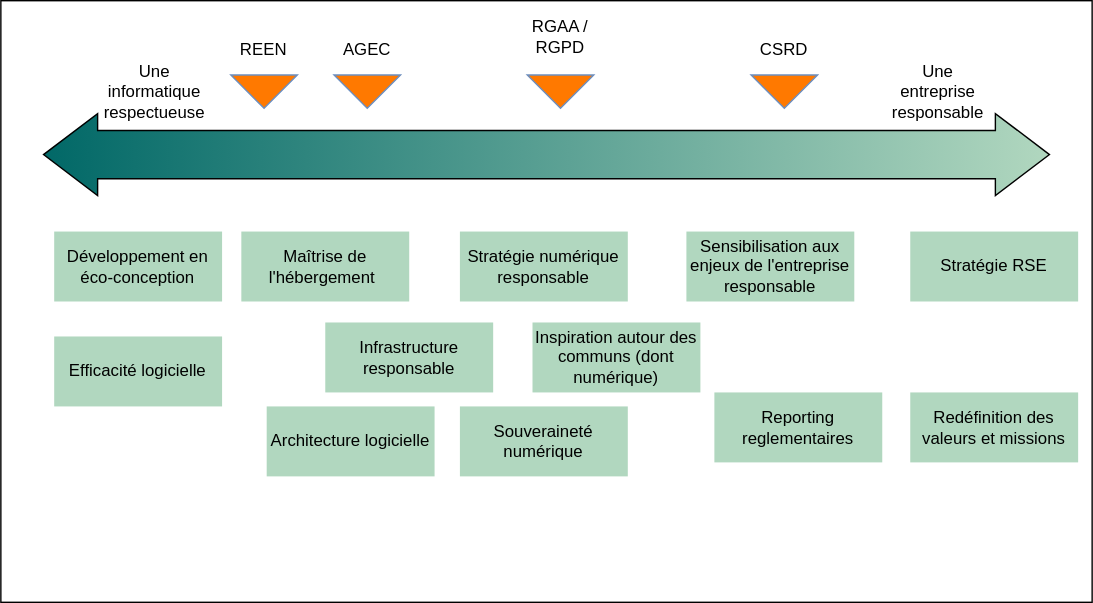
Earlier version of the draw.io export static/img/expertises.drawio.svg (marc-bouvier/svelte-i18n-json-at-html). Source tidied: cells renumbered, new cells last; positions are measured from the earlier drawing's top-left corner, leaving out a move shared by most shapes.
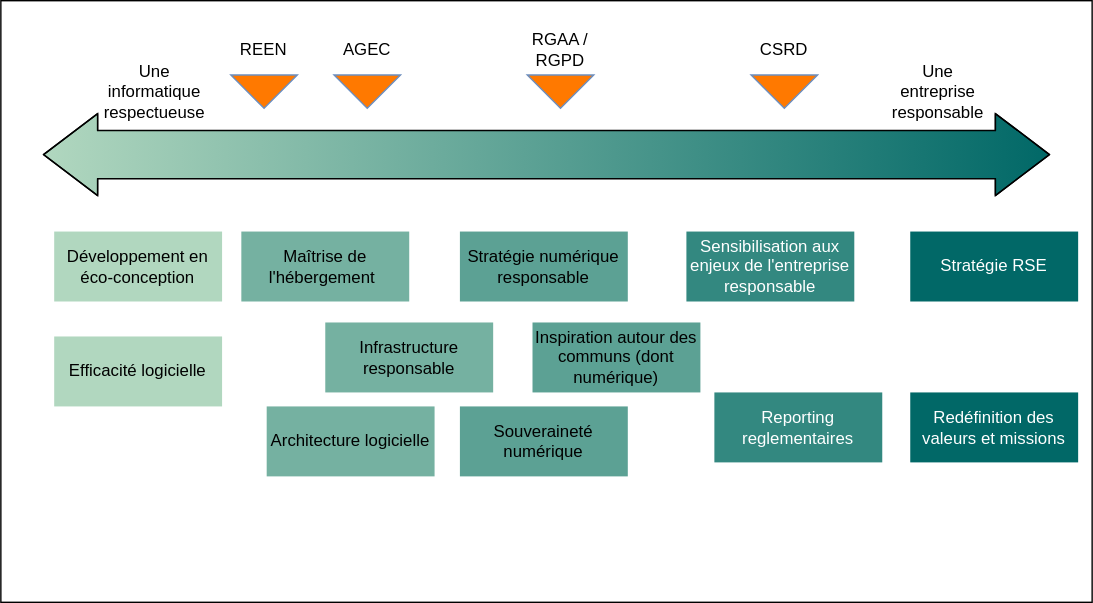
After the change.

Commit message:
chore: update colors for fresque

What changed in the source:
```diff
@@ -5,10 +5,13 @@
     <mxCell id="2" style="rounded=0;whiteSpace=wrap;html=1;" parent="1" vertex="1">
       <mxGeometry width="780" height="430" as="geometry" />
     </mxCell>
-    <mxCell id="3" style="shape=flexArrow;endArrow=classic;startArrow=classic;html=1;rounded=0;fillColor=#016867;gradientColor=#B1D7BF;gradientDirection=east;width=34.48275862068966;endSize=12.553333333333333;endWidth=23.115338882282995;startWidth=23.115338882282995;startSize=12.553333333333333;" parent="1" edge="1">
+    <mxCell id="3" style="shape=flexArrow;endArrow=classic;startArrow=classic;html=1;rounded=0;fillColor=#B1D7BF;gradientColor=#016867;gradientDirection=east;width=34.48275862068966;endSize=12.553333333333333;endWidth=23.115338882282995;startWidth=23.115338882282995;startSize=12.553333333333333;" parent="1" edge="1">
       <mxGeometry relative="1" as="geometry">
         <mxPoint x="750" y="110" as="sourcePoint" />
         <mxPoint x="30" y="110" as="targetPoint" />
+        <Array as="points">
+          <mxPoint x="680" y="110" />
+        </Array>
       </mxGeometry>
     </mxCell>
     <mxCell id="4" value="Une informatique respectueuse" style="text;html=1;align=center;verticalAlign=middle;whiteSpace=wrap;rounded=0;" parent="1" vertex="1">
@@ -30,7 +33,7 @@
       <mxGeometry x="231.9" y="20" width="60" height="30" as="geometry" />
     </mxCell>
     <mxCell id="10" value="RGAA / RGPD" style="text;html=1;align=center;verticalAlign=middle;whiteSpace=wrap;rounded=0;" parent="1" vertex="1">
-      <mxGeometry x="370" y="11.2" width="60" height="30" as="geometry" />
+      <mxGeometry x="370" y="20" width="60" height="30" as="geometry" />
     </mxCell>
     <mxCell id="11" value="CSRD" style="text;html=1;align=center;verticalAlign=middle;whiteSpace=wrap;rounded=0;" parent="1" vertex="1">
       <mxGeometry x="530" y="20" width="60" height="30" as="geometry" />
@@ -38,37 +41,37 @@
     <mxCell id="12" value="Développement en éco-conception" style="rounded=0;whiteSpace=wrap;html=1;fillColor=#B1D7BF;fontColor=#000000;strokeColor=none;" parent="1" vertex="1">
       <mxGeometry x="38.1" y="165" width="120" height="50" as="geometry" />
     </mxCell>
-    <mxCell id="13" value="Maîtrise de l'hébergement&lt;span style=&quot;white-space: pre;&quot;&gt;&#9;&lt;/span&gt;" style="rounded=0;whiteSpace=wrap;html=1;fillColor=#B1D7BF;fontColor=#000000;strokeColor=none;" parent="1" vertex="1">
+    <mxCell id="13" value="Maîtrise de l'hébergement&lt;span style=&quot;white-space: pre;&quot;&gt;&#9;&lt;/span&gt;" style="rounded=0;whiteSpace=wrap;html=1;fillColor=#75b1a1;fontColor=#000000;strokeColor=none;" parent="1" vertex="1">
       <mxGeometry x="171.9" y="165" width="120" height="50" as="geometry" />
     </mxCell>
     <mxCell id="14" value="Efficacité logicielle" style="rounded=0;whiteSpace=wrap;html=1;fillColor=#B1D7BF;fontColor=#000000;strokeColor=none;" parent="1" vertex="1">
       <mxGeometry x="38.1" y="240" width="120" height="50" as="geometry" />
     </mxCell>
-    <mxCell id="15" value="Infrastructure responsable" style="rounded=0;whiteSpace=wrap;html=1;fillColor=#B1D7BF;fontColor=#000000;strokeColor=none;" parent="1" vertex="1">
+    <mxCell id="15" value="Infrastructure responsable" style="rounded=0;whiteSpace=wrap;html=1;fillColor=#75B1A1;fontColor=#000000;strokeColor=none;" parent="1" vertex="1">
       <mxGeometry x="231.9" y="230" width="120" height="50" as="geometry" />
     </mxCell>
-    <mxCell id="16" value="Architecture logicielle" style="rounded=0;whiteSpace=wrap;html=1;fillColor=#B1D7BF;fontColor=#000000;strokeColor=none;" parent="1" vertex="1">
+    <mxCell id="16" value="Architecture logicielle" style="rounded=0;whiteSpace=wrap;html=1;fillColor=#75B1A1;fontColor=#000000;strokeColor=none;" parent="1" vertex="1">
       <mxGeometry x="190" y="290" width="120" height="50" as="geometry" />
     </mxCell>
-    <mxCell id="17" value="Souveraineté numérique" style="rounded=0;whiteSpace=wrap;html=1;fillColor=#B1D7BF;fontColor=#000000;strokeColor=none;" parent="1" vertex="1">
+    <mxCell id="17" value="Souveraineté numérique" style="rounded=0;whiteSpace=wrap;html=1;fillColor=#5CA194;fontColor=#000000;strokeColor=none;" parent="1" vertex="1">
       <mxGeometry x="328.1" y="290" width="120" height="50" as="geometry" />
     </mxCell>
-    <mxCell id="18" value="Stratégie numérique responsable" style="rounded=0;whiteSpace=wrap;html=1;fillColor=#B1D7BF;fontColor=#000000;strokeColor=none;" parent="1" vertex="1">
+    <mxCell id="18" value="Stratégie numérique responsable" style="rounded=0;whiteSpace=wrap;html=1;fillColor=#5ca194;fontColor=#000000;strokeColor=none;" parent="1" vertex="1">
       <mxGeometry x="328.1" y="165" width="120" height="50" as="geometry" />
     </mxCell>
-    <mxCell id="19" value="Inspiration autour des communs (dont numérique)" style="rounded=0;whiteSpace=wrap;html=1;fillColor=#B1D7BF;fontColor=#000000;strokeColor=none;" parent="1" vertex="1">
+    <mxCell id="19" value="Inspiration autour des communs (dont numérique)" style="rounded=0;whiteSpace=wrap;html=1;fillColor=#5CA194;fontColor=#000000;strokeColor=none;" parent="1" vertex="1">
       <mxGeometry x="380" y="230" width="120" height="50" as="geometry" />
     </mxCell>
-    <mxCell id="20" value="Sensibilisation aux enjeux de l'entreprise responsable" style="rounded=0;whiteSpace=wrap;html=1;fillColor=#B1D7BF;fontColor=#000000;strokeColor=none;" parent="1" vertex="1">
+    <mxCell id="20" value="Sensibilisation aux enjeux de l'entreprise responsable" style="rounded=0;whiteSpace=wrap;html=1;fillColor=#338880;fontColor=#FFFFFF;strokeColor=none;" parent="1" vertex="1">
       <mxGeometry x="490" y="165" width="120" height="50" as="geometry" />
     </mxCell>
-    <mxCell id="21" value="Stratégie RSE" style="rounded=0;whiteSpace=wrap;html=1;fillColor=#B1D7BF;fontColor=#000000;strokeColor=none;" parent="1" vertex="1">
+    <mxCell id="21" value="Stratégie RSE" style="rounded=0;whiteSpace=wrap;html=1;fillColor=#016867;fontColor=#FFFFFF;strokeColor=none;" parent="1" vertex="1">
       <mxGeometry x="650" y="165" width="120" height="50" as="geometry" />
     </mxCell>
-    <mxCell id="22" value="Reporting reglementaires" style="rounded=0;whiteSpace=wrap;html=1;fillColor=#B1D7BF;fontColor=#000000;strokeColor=none;" parent="1" vertex="1">
+    <mxCell id="22" value="Reporting reglementaires" style="rounded=0;whiteSpace=wrap;html=1;fillColor=#338880;fontColor=#FFFFFF;strokeColor=none;" parent="1" vertex="1">
       <mxGeometry x="510" y="280" width="120" height="50" as="geometry" />
     </mxCell>
-    <mxCell id="23" value="Redéfinition des valeurs et missions" style="rounded=0;whiteSpace=wrap;html=1;fillColor=#B1D7BF;fontColor=#000000;strokeColor=none;" parent="1" vertex="1">
+    <mxCell id="23" value="Redéfinition des valeurs et missions" style="rounded=0;whiteSpace=wrap;html=1;fillColor=#016867;fontColor=#FFFFFF;strokeColor=none;" parent="1" vertex="1">
       <mxGeometry x="650" y="280" width="120" height="50" as="geometry" />
     </mxCell>
     <mxCell id="24" style="triangle;whiteSpace=wrap;html=1;rotation=-90;fillColor=#FF7900;strokeColor=#6c8ebf;direction=west;" parent="1" vertex="1">
```
